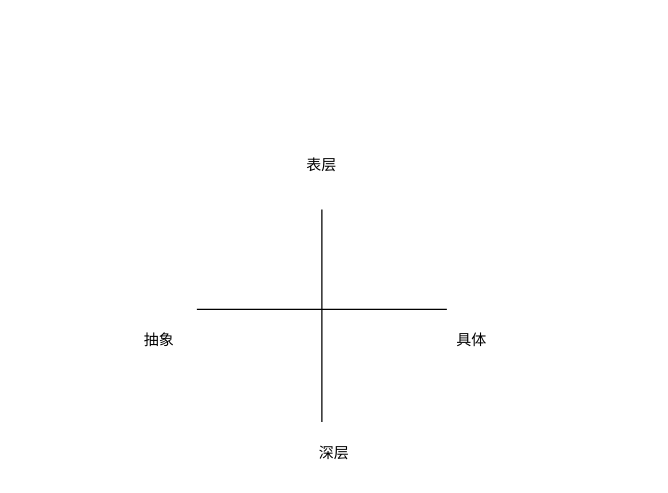
Above: 提问能力.drawio in malaxy/test (draw.io), before the change. Source tidied: cells renumbered, new cells numbered last; positions are measured from the earlier drawing's top-left corner, leaving out a move shared by most shapes. Both pictures are drawn from the tidied source at 125%, with x=0, y=0 at pixel (121, 146).
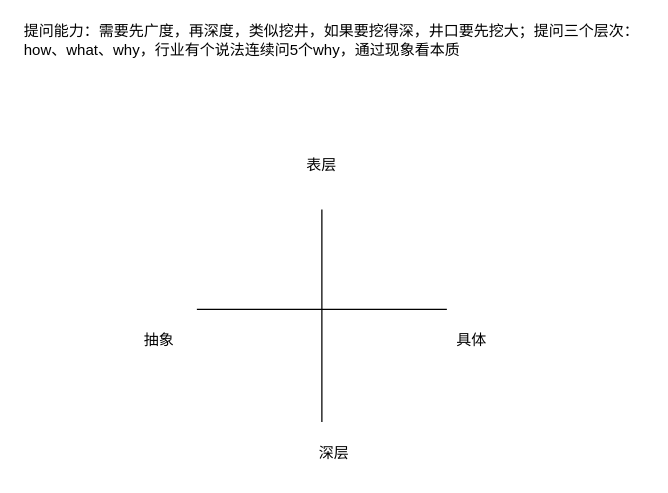
The same page after the edit.

Commit message:
更新提问能力.drawio

Change to the diagram source:
```diff
@@
 <mxGraphModel>
   <root>
     <mxCell id="0" />
     <mxCell id="1" parent="0" />
     <mxCell id="2" style="endArrow=none;html=1;rounded=0;" parent="1" edge="1">
       <mxGeometry relative="1" as="geometry">
         <mxPoint x="160" y="220" as="sourcePoint" />
         <mxPoint x="160" y="50" as="targetPoint" />
       </mxGeometry>
     </mxCell>
     <mxCell id="3" style="endArrow=none;html=1;rounded=0;" parent="1" edge="1">
       <mxGeometry relative="1" as="geometry">
         <mxPoint x="60" y="130" as="sourcePoint" />
         <mxPoint x="260" y="130" as="targetPoint" />
       </mxGeometry>
     </mxCell>
     <mxCell id="4" value="深层" style="text;html=1;whiteSpace=wrap;strokeColor=none;fillColor=none;align=center;verticalAlign=middle;rounded=0;" parent="1" vertex="1">
       <mxGeometry x="140" y="230" width="60" height="30" as="geometry" />
     </mxCell>
     <mxCell id="5" value="具体" style="text;html=1;whiteSpace=wrap;strokeColor=none;fillColor=none;align=center;verticalAlign=middle;rounded=0;" parent="1" vertex="1">
       <mxGeometry x="250" y="140" width="60" height="30" as="geometry" />
     </mxCell>
     <mxCell id="6" value="抽象" style="text;html=1;whiteSpace=wrap;strokeColor=none;fillColor=none;align=center;verticalAlign=middle;rounded=0;" parent="1" vertex="1">
       <mxGeometry y="140" width="60" height="30" as="geometry" />
     </mxCell>
     <mxCell id="7" value="表层" style="text;html=1;whiteSpace=wrap;strokeColor=none;fillColor=none;align=center;verticalAlign=middle;rounded=0;" parent="1" vertex="1">
       <mxGeometry x="130" width="60" height="30" as="geometry" />
     </mxCell>
+    <mxCell id="8" value="提问能力：需要先广度，再深度，类似挖井，如果要挖得深，井口要先挖大；提问三个层次：how、what、why，行业有个说法连续问5个why，通过现象看本质" style="text;html=1;whiteSpace=wrap;strokeColor=none;fillColor=none;align=left;verticalAlign=middle;rounded=0;" parent="1" vertex="1">
+      <mxGeometry x="-80" y="-100" width="500" height="30" as="geometry" />
+    </mxCell>
   </root>
 </mxGraphModel>
```
